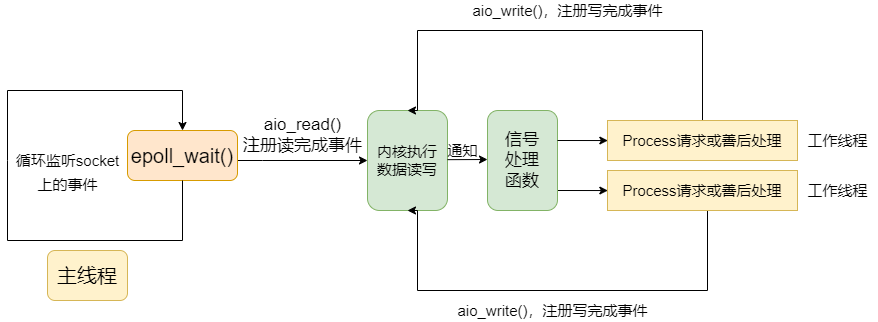
Before: data/Proactor.drawio.png, a diagram exported from draw.io (mo-xiaoxiu/imagefrommyblog). Source tidied: cells renumbered, new cells last; positions are measured from the earlier drawing's top-left corner, leaving out a move shared by most shapes.
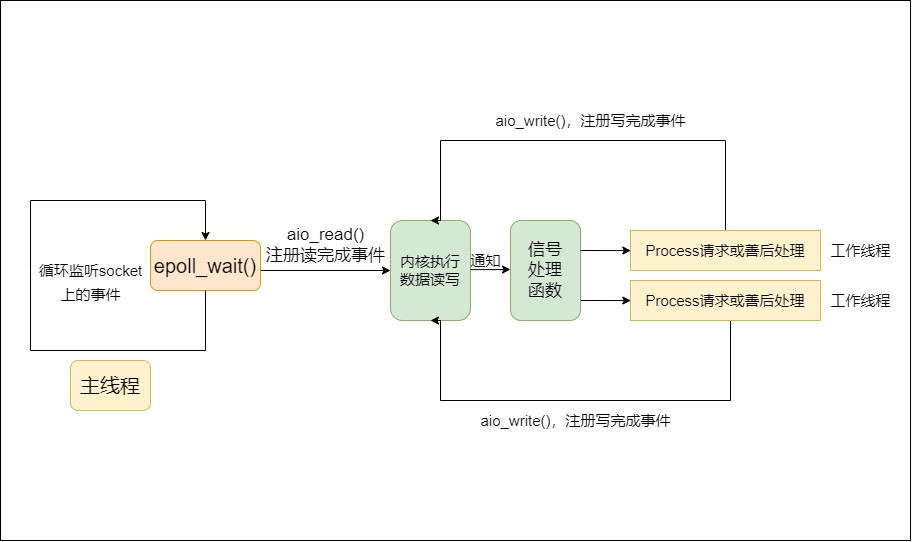
Above is the later version.

What changed in the source:
```diff
@@ -2,6 +2,9 @@
   <root>
     <mxCell id="0" />
     <mxCell id="1" parent="0" />
+    <mxCell id="22" style="rounded=0;whiteSpace=wrap;html=1;fontSize=17;" parent="1" vertex="1">
+      <mxGeometry x="-30" y="-110" width="910" height="540" as="geometry" />
+    </mxCell>
     <mxCell id="2" value="&lt;font style=&quot;font-size: 20px&quot;&gt;主线程&lt;/font&gt;" style="rounded=1;whiteSpace=wrap;html=1;fillColor=#fff2cc;strokeColor=#d6b656;" parent="1" vertex="1">
       <mxGeometry x="40" y="250" width="80" height="50" as="geometry" />
     </mxCell>
```
